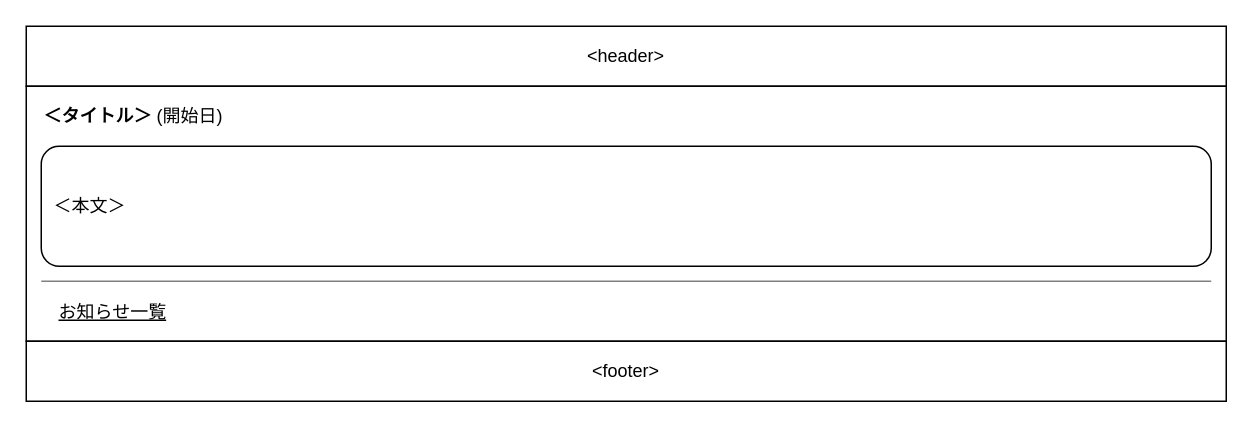
Above: 設計/画面設計/お知らせ詳細.drawio in nightonlypj/rails-app-origin (draw.io), before the change. Source tidied: cells renumbered, new cells numbered last; positions are measured from the earlier drawing's top-left corner, leaving out a move shared by most shapes. Both pictures are drawn from the tidied source at 150%, with x=0, y=0 at pixel (26, 26).
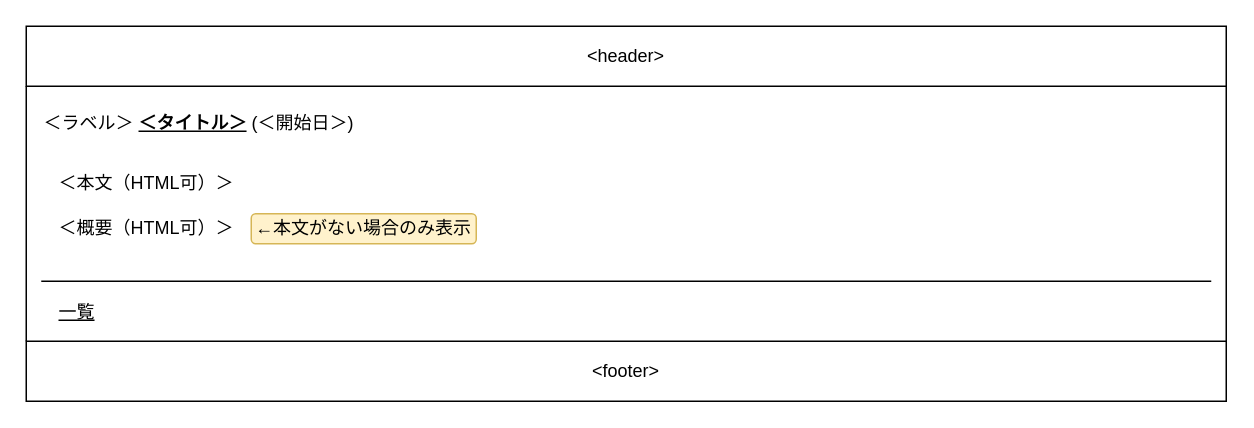
The same diagram, later.

Change to the diagram source:
```diff
@@
 <mxGraphModel>
   <root>
     <mxCell id="0" />
     <mxCell id="1" parent="0" />
-    <mxCell id="2" style="rounded=0;whiteSpace=wrap;html=1;fillColor=none;" parent="1" vertex="1">
-      <mxGeometry y="40" width="800" height="170" as="geometry" />
-    </mxCell>
+    <mxCell id="9" style="rounded=0;jettySize=auto;html=1;exitX=0;exitY=1;exitDx=0;exitDy=0;entryX=0;entryY=0;entryDx=0;entryDy=0;endArrow=none;endFill=0;" parent="1" edge="1" source="3" target="6">
+      <mxGeometry relative="1" as="geometry" />
+    </mxCell>
+    <mxCell id="10" style="edgeStyle=none;rounded=0;jettySize=auto;html=1;exitX=1;exitY=1;exitDx=0;exitDy=0;entryX=1;entryY=0;entryDx=0;entryDy=0;endArrow=none;endFill=0;" parent="1" edge="1" source="3" target="6">
+      <mxGeometry relative="1" as="geometry" />
+    </mxCell>
     <mxCell id="3" value="&amp;lt;header&amp;gt;" style="rounded=0;whiteSpace=wrap;html=1;fillColor=none;" parent="1" vertex="1">
       <mxGeometry width="800" height="40" as="geometry" />
     </mxCell>
-    <mxCell id="4" value="&lt;b&gt;＜タイトル＞&lt;/b&gt; (開始日)" style="text;html=1;strokeColor=none;fillColor=none;align=left;verticalAlign=middle;whiteSpace=wrap;rounded=0;" parent="1" vertex="1">
-      <mxGeometry x="10" y="50" width="130" height="20" as="geometry" />
+    <mxCell id="4" value="＜ラベル＞&amp;nbsp;&lt;u&gt;&lt;b&gt;＜タイトル＞&lt;/b&gt;&lt;/u&gt;&amp;nbsp;(＜開始日＞)" style="text;html=1;strokeColor=none;fillColor=none;align=left;verticalAlign=middle;whiteSpace=wrap;rounded=0;" parent="1" vertex="1">
+      <mxGeometry x="10" y="50" width="220" height="30" as="geometry" />
     </mxCell>
-    <mxCell id="5" value="&lt;span&gt;&amp;nbsp; ＜本文＞&lt;/span&gt;" style="rounded=1;whiteSpace=wrap;html=1;align=left;" parent="1" vertex="1">
-      <mxGeometry x="10" y="80" width="780" height="80" as="geometry" />
-    </mxCell>
     <mxCell id="6" value="&amp;lt;footer&amp;gt;" style="rounded=0;whiteSpace=wrap;html=1;fillColor=none;" parent="1" vertex="1">
       <mxGeometry y="210" width="800" height="40" as="geometry" />
     </mxCell>
-    <mxCell id="7" value="&lt;u&gt;お知らせ一覧&lt;/u&gt;" style="text;html=1;strokeColor=none;fillColor=none;align=left;verticalAlign=middle;whiteSpace=wrap;rounded=0;" parent="1" vertex="1">
-      <mxGeometry x="20" y="181" width="80" height="20" as="geometry" />
+    <mxCell id="7" value="&lt;u&gt;一覧&lt;/u&gt;" style="text;html=1;strokeColor=none;fillColor=none;align=left;verticalAlign=middle;whiteSpace=wrap;rounded=0;" parent="1" vertex="1">
+      <mxGeometry x="20" y="181" width="40" height="20" as="geometry" />
     </mxCell>
-    <mxCell id="8" style="endArrow=none;html=1;strokeColor=#808080;" parent="1" edge="1">
+    <mxCell id="8" style="endArrow=none;html=1;strokeColor=#000000;" parent="1" edge="1">
       <mxGeometry relative="1" as="geometry">
         <mxPoint x="10" y="170" as="sourcePoint" />
         <mxPoint x="790" y="170" as="targetPoint" />
       </mxGeometry>
     </mxCell>
+    <mxCell id="11" value="＜本文（HTML可）＞" style="text;html=1;strokeColor=none;fillColor=none;align=left;verticalAlign=middle;whiteSpace=wrap;rounded=0;" parent="1" vertex="1">
+      <mxGeometry x="20" y="90" width="130" height="30" as="geometry" />
+    </mxCell>
+    <mxCell id="12" value="＜概要（HTML可）＞" style="text;html=1;strokeColor=none;fillColor=none;align=left;verticalAlign=middle;whiteSpace=wrap;rounded=0;" parent="1" vertex="1">
+      <mxGeometry x="20" y="120" width="130" height="30" as="geometry" />
+    </mxCell>
+    <mxCell id="13" value="←本文がない場合のみ表示" style="rounded=1;whiteSpace=wrap;html=1;fillColor=#fff2cc;strokeColor=#d6b656;" parent="1" vertex="1">
+      <mxGeometry x="150" y="125" width="150" height="20" as="geometry" />
+    </mxCell>
   </root>
 </mxGraphModel>
```
